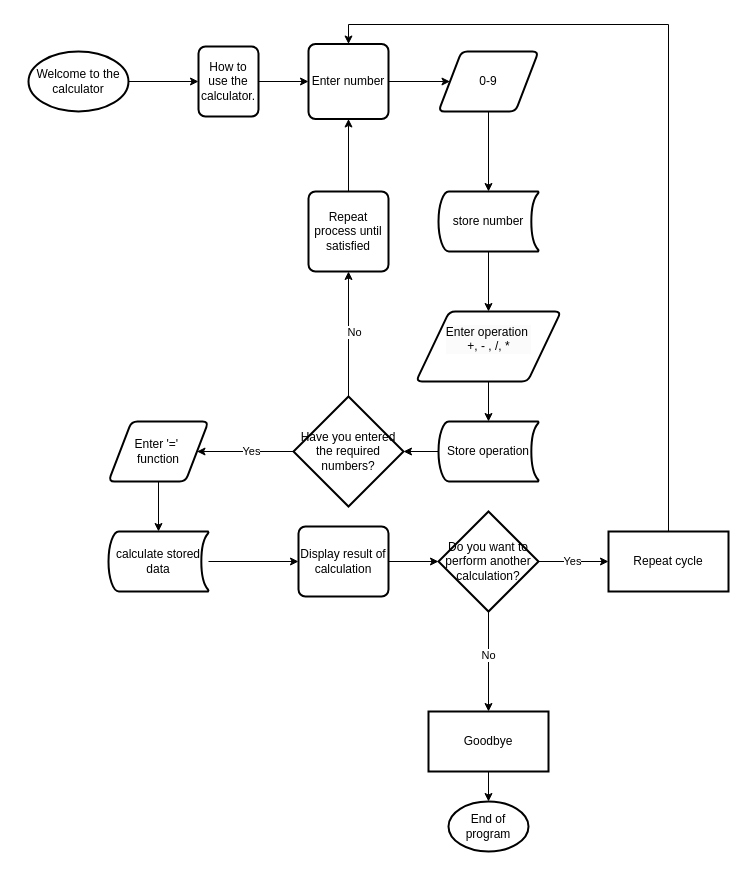
The draw.io diagram Calculator.drawio in 200041237/HelloWorld, before the edit. Source tidied: cells renumbered, new cells numbered last; positions are measured from the earlier drawing's top-left corner, leaving out a move shared by most shapes. Both pictures are drawn from the tidied source at 100%, with x=0, y=0 at pixel (28, 24).
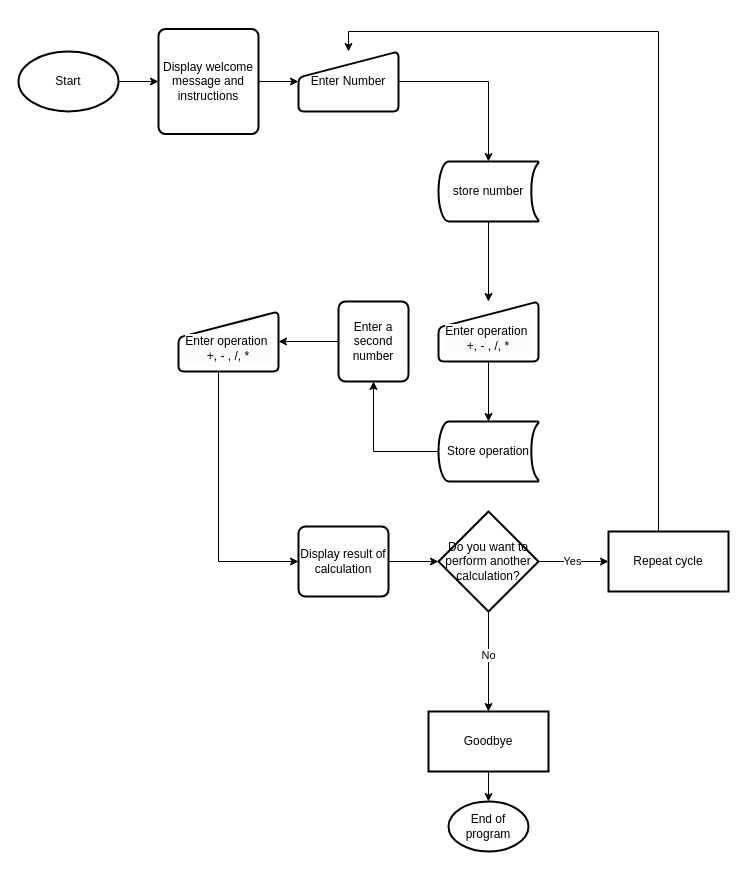
The same diagram, later.

Unchanged cells that the change refers to:
```xml
<mxCell id="11" value="Store operation" style="strokeWidth=2;html=1;shape=mxgraph.flowchart.stored_data;whiteSpace=wrap;" parent="1" vertex="1">
  <mxGeometry x="410" y="397" width="100" height="60" as="geometry" />
</mxCell>
<mxCell id="29" value="Display result of calculation" style="rounded=1;whiteSpace=wrap;html=1;absoluteArcSize=1;arcSize=14;strokeWidth=2;" parent="1" vertex="1">
  <mxGeometry x="270" y="502" width="90" height="70" as="geometry" />
</mxCell>
<mxCell id="38" value="Repeat cycle" style="whiteSpace=wrap;html=1;strokeWidth=2;" parent="1" vertex="1">
  <mxGeometry x="580" y="507" width="120" height="60" as="geometry" />
</mxCell>
```

What changed in the source:
```diff
@@
-    <mxCell id="2" style="edgeStyle=orthogonalEdgeStyle;rounded=0;jettySize=auto;html=1;" parent="1" edge="1" source="3" target="7">
-      <mxGeometry relative="1" as="geometry" />
-    </mxCell>
+    <mxCell id="40" style="edgeStyle=orthogonalEdgeStyle;rounded=0;jettySize=auto;html=1;" parent="1" edge="1" source="3" target="44">
+      <mxGeometry relative="1" as="geometry" />
+    </mxCell>
-    <mxCell id="3" value="How to use the calculator." style="rounded=1;whiteSpace=wrap;html=1;absoluteArcSize=1;arcSize=14;strokeWidth=2;" parent="1" vertex="1">
-      <mxGeometry x="170" y="22" width="60" height="70" as="geometry" />
+    <mxCell id="3" value="Display welcome message and instructions" style="rounded=1;whiteSpace=wrap;html=1;absoluteArcSize=1;arcSize=14;strokeWidth=2;" parent="1" vertex="1">
+      <mxGeometry x="130" y="4.5" width="100" height="105" as="geometry" />
     </mxCell>
@@
-    <mxCell id="5" value="Welcome to the calculator" style="strokeWidth=2;html=1;shape=mxgraph.flowchart.start_1;whiteSpace=wrap;" parent="1" vertex="1">
-      <mxGeometry y="27" width="100" height="60" as="geometry" />
+    <mxCell id="5" value="Start" style="strokeWidth=2;html=1;shape=mxgraph.flowchart.start_1;whiteSpace=wrap;" parent="1" vertex="1">
+      <mxGeometry x="-10" y="27" width="100" height="60" as="geometry" />
     </mxCell>
-    <mxCell id="6" style="edgeStyle=orthogonalEdgeStyle;rounded=0;jettySize=auto;html=1;entryX=0;entryY=0.5;entryDx=0;entryDy=0;" parent="1" edge="1" source="7" target="21">
-      <mxGeometry relative="1" as="geometry" />
-    </mxCell>
-    <mxCell id="7" value="Enter number" style="rounded=1;whiteSpace=wrap;html=1;absoluteArcSize=1;arcSize=14;strokeWidth=2;" parent="1" vertex="1">
-      <mxGeometry x="280" y="19.5" width="80" height="75" as="geometry" />
-    </mxCell>
-    <mxCell id="8" style="edgeStyle=orthogonalEdgeStyle;rounded=0;jettySize=auto;html=1;" parent="1" edge="1" source="9" target="23">
-      <mxGeometry relative="1" as="geometry" />
-    </mxCell>
+    <mxCell id="41" style="edgeStyle=orthogonalEdgeStyle;rounded=0;jettySize=auto;html=1;" parent="1" edge="1" source="9" target="47">
+      <mxGeometry relative="1" as="geometry" />
+    </mxCell>
     <mxCell id="9" value="store number" style="strokeWidth=2;html=1;shape=mxgraph.flowchart.stored_data;whiteSpace=wrap;" parent="1" vertex="1">
-      <mxGeometry x="410" y="167" width="100" height="60" as="geometry" />
+      <mxGeometry x="410" y="137" width="100" height="60" as="geometry" />
     </mxCell>
-    <mxCell id="10" style="edgeStyle=orthogonalEdgeStyle;rounded=0;jettySize=auto;html=1;" parent="1" edge="1" source="11" target="17">
-      <mxGeometry relative="1" as="geometry" />
-    </mxCell>
+    <mxCell id="42" style="edgeStyle=orthogonalEdgeStyle;rounded=0;jettySize=auto;html=1;entryX=0.5;entryY=1;entryDx=0;entryDy=0;" parent="1" edge="1" source="11" target="49">
+      <mxGeometry relative="1" as="geometry" />
+    </mxCell>
@@
-    <mxCell id="13" style="edgeStyle=orthogonalEdgeStyle;rounded=0;jettySize=auto;html=1;entryX=0.5;entryY=1;entryDx=0;entryDy=0;" parent="1" edge="1" source="17" target="19">
-      <mxGeometry relative="1" as="geometry" />
-    </mxCell>
-    <mxCell id="14" value="No" style="edgeLabel;html=1;align=center;verticalAlign=middle;" parent="13" vertex="1">
-      <mxGeometry x="0.04" y="-5" relative="1" as="geometry" />
-    </mxCell>
-    <mxCell id="15" style="edgeStyle=orthogonalEdgeStyle;rounded=0;jettySize=auto;html=1;entryX=1;entryY=0.5;entryDx=0;entryDy=0;" parent="1" edge="1" source="17" target="25">
-      <mxGeometry relative="1" as="geometry" />
-    </mxCell>
-    <mxCell id="16" value="Yes" style="edgeLabel;html=1;align=center;verticalAlign=middle;" parent="15" vertex="1">
-      <mxGeometry x="-0.1" y="-1" relative="1" as="geometry" />
-    </mxCell>
-    <mxCell id="17" value="Have you entered the required numbers?" style="strokeWidth=2;html=1;shape=mxgraph.flowchart.decision;whiteSpace=wrap;" parent="1" vertex="1">
-      <mxGeometry x="265" y="372" width="110" height="110" as="geometry" />
-    </mxCell>
-    <mxCell id="18" style="edgeStyle=orthogonalEdgeStyle;rounded=0;jettySize=auto;html=1;entryX=0.5;entryY=1;entryDx=0;entryDy=0;" parent="1" edge="1" source="19" target="7">
-      <mxGeometry relative="1" as="geometry" />
-    </mxCell>
-    <mxCell id="19" value="Repeat process until satisfied" style="rounded=1;whiteSpace=wrap;html=1;absoluteArcSize=1;arcSize=14;strokeWidth=2;" parent="1" vertex="1">
-      <mxGeometry x="280" y="167" width="80" height="80" as="geometry" />
-    </mxCell>
-    <mxCell id="20" style="edgeStyle=orthogonalEdgeStyle;rounded=0;jettySize=auto;html=1;" parent="1" edge="1" source="21" target="9">
-      <mxGeometry relative="1" as="geometry" />
-    </mxCell>
-    <mxCell id="21" value="0-9" style="shape=parallelogram;html=1;strokeWidth=2;perimeter=parallelogramPerimeter;whiteSpace=wrap;rounded=1;arcSize=12;size=0.23;" parent="1" vertex="1">
-      <mxGeometry x="410" y="27" width="100" height="60" as="geometry" />
-    </mxCell>
-    <mxCell id="22" style="edgeStyle=orthogonalEdgeStyle;rounded=0;jettySize=auto;html=1;" parent="1" edge="1" source="23" target="11">
-      <mxGeometry relative="1" as="geometry" />
-    </mxCell>
-    <mxCell id="23" value="&#10;&lt;span style=&quot;color: rgb(0, 0, 0); font-family: Helvetica; font-size: 12px; font-style: normal; font-variant-ligatures: normal; font-variant-caps: normal; font-weight: 400; letter-spacing: normal; orphans: 2; text-align: center; text-indent: 0px; text-transform: none; widows: 2; word-spacing: 0px; -webkit-text-stroke-width: 0px; white-space: normal; background-color: rgb(251, 251, 251); text-decoration-thickness: initial; text-decoration-style: initial; text-decoration-color: initial; display: inline !important; float: none;&quot;&gt;Enter operation&amp;nbsp;&lt;/span&gt;&lt;div style=&quot;forced-color-adjust: none; color: rgb(0, 0, 0); font-family: Helvetica; font-size: 12px; font-style: normal; font-variant-ligatures: normal; font-variant-caps: normal; font-weight: 400; letter-spacing: normal; orphans: 2; text-align: center; text-indent: 0px; text-transform: none; widows: 2; word-spacing: 0px; -webkit-text-stroke-width: 0px; white-space: normal; background-color: rgb(251, 251, 251); text-decoration-thickness: initial; text-decoration-style: initial; text-decoration-color: initial;&quot;&gt;+, - , /, *&lt;/div&gt;&#10;&#10;" style="shape=parallelogram;html=1;strokeWidth=2;perimeter=parallelogramPerimeter;whiteSpace=wrap;rounded=1;arcSize=12;size=0.23;" parent="1" vertex="1">
-      <mxGeometry x="387.5" y="287" width="145" height="70" as="geometry" />
-    </mxCell>
-    <mxCell id="24" style="edgeStyle=orthogonalEdgeStyle;rounded=0;jettySize=auto;html=1;" parent="1" edge="1" source="25" target="27">
-      <mxGeometry relative="1" as="geometry" />
-    </mxCell>
-    <mxCell id="25" value="Enter '='&amp;nbsp;&lt;div&gt;function&lt;/div&gt;" style="shape=parallelogram;html=1;strokeWidth=2;perimeter=parallelogramPerimeter;whiteSpace=wrap;rounded=1;arcSize=12;size=0.23;" parent="1" vertex="1">
-      <mxGeometry x="80" y="397" width="100" height="60" as="geometry" />
-    </mxCell>
-    <mxCell id="26" style="edgeStyle=orthogonalEdgeStyle;rounded=0;jettySize=auto;html=1;" parent="1" edge="1" source="27" target="29">
-      <mxGeometry relative="1" as="geometry" />
-    </mxCell>
-    <mxCell id="27" value="calculate stored data" style="strokeWidth=2;html=1;shape=mxgraph.flowchart.stored_data;whiteSpace=wrap;" parent="1" vertex="1">
-      <mxGeometry x="80" y="507" width="100" height="60" as="geometry" />
-    </mxCell>
@@
-    <mxCell id="37" style="edgeStyle=orthogonalEdgeStyle;rounded=0;jettySize=auto;html=1;entryX=0.5;entryY=0;entryDx=0;entryDy=0;" parent="1" edge="1" source="38" target="7">
-      <mxGeometry relative="1" as="geometry">
-        <Array as="points">
-          <mxPoint x="640" />
-          <mxPoint x="320" />
-        </Array>
-      </mxGeometry>
-    </mxCell>
+    <mxCell id="43" style="edgeStyle=orthogonalEdgeStyle;rounded=0;jettySize=auto;html=1;entryX=0.5;entryY=0;entryDx=0;entryDy=0;" parent="1" edge="1" source="38" target="44">
+      <mxGeometry relative="1" as="geometry">
+        <Array as="points">
+          <mxPoint x="630" y="7" />
+          <mxPoint x="320" y="7" />
+        </Array>
+      </mxGeometry>
+    </mxCell>
@@
+    <mxCell id="44" value="Enter Number" style="html=1;strokeWidth=2;shape=manualInput;whiteSpace=wrap;rounded=1;size=26;arcSize=11;" parent="1" vertex="1">
+      <mxGeometry x="270" y="27" width="100" height="60" as="geometry" />
+    </mxCell>
+    <mxCell id="45" style="edgeStyle=orthogonalEdgeStyle;rounded=0;jettySize=auto;html=1;entryX=0.5;entryY=0;entryDx=0;entryDy=0;entryPerimeter=0;" parent="1" edge="1" source="44" target="9">
+      <mxGeometry relative="1" as="geometry" />
+    </mxCell>
+    <mxCell id="46" style="edgeStyle=orthogonalEdgeStyle;rounded=0;jettySize=auto;html=1;" parent="1" edge="1" source="47" target="11">
+      <mxGeometry relative="1" as="geometry" />
+    </mxCell>
+    <mxCell id="47" value="&lt;div&gt;&lt;br&gt;&lt;/div&gt;&lt;div&gt;&lt;br&gt;&lt;/div&gt;&lt;div&gt;&lt;br&gt;&lt;/div&gt;&lt;span style=&quot;forced-color-adjust: none; color: rgb(0, 0, 0); font-family: Helvetica; font-size: 12px; font-style: normal; font-variant-ligatures: normal; font-variant-caps: normal; font-weight: 400; letter-spacing: normal; orphans: 2; text-align: center; text-indent: 0px; text-transform: none; widows: 2; word-spacing: 0px; -webkit-text-stroke-width: 0px; white-space: normal; text-decoration-thickness: initial; text-decoration-style: initial; text-decoration-color: initial; background-color: rgb(251, 251, 251); float: none; display: inline !important;&quot;&gt;Enter operation&amp;nbsp;&lt;/span&gt;&lt;div style=&quot;forced-color-adjust: none; color: rgb(0, 0, 0); font-family: Helvetica; font-size: 12px; font-style: normal; font-variant-ligatures: normal; font-variant-caps: normal; font-weight: 400; letter-spacing: normal; orphans: 2; text-align: center; text-indent: 0px; text-transform: none; widows: 2; word-spacing: 0px; -webkit-text-stroke-width: 0px; white-space: normal; text-decoration-thickness: initial; text-decoration-style: initial; text-decoration-color: initial; background-color: rgb(251, 251, 251);&quot;&gt;+, - , /, *&lt;/div&gt;&lt;br style=&quot;forced-color-adjust: none; color: rgb(0, 0, 0); font-family: Helvetica; font-size: 12px; font-style: normal; font-variant-ligatures: normal; font-variant-caps: normal; font-weight: 400; letter-spacing: normal; orphans: 2; text-align: center; text-indent: 0px; text-transform: none; widows: 2; word-spacing: 0px; -webkit-text-stroke-width: 0px; white-space: normal; background-color: rgb(251, 251, 251); text-decoration-thickness: initial; text-decoration-style: initial; text-decoration-color: initial;&quot;&gt;&lt;div&gt;&lt;br&gt;&lt;/div&gt;" style="html=1;strokeWidth=2;shape=manualInput;whiteSpace=wrap;rounded=1;size=26;arcSize=11;" parent="1" vertex="1">
+      <mxGeometry x="410" y="277" width="100" height="60" as="geometry" />
+    </mxCell>
+    <mxCell id="48" style="edgeStyle=orthogonalEdgeStyle;rounded=0;jettySize=auto;html=1;" parent="1" edge="1" source="49" target="51">
+      <mxGeometry relative="1" as="geometry" />
+    </mxCell>
+    <mxCell id="49" value="Enter a second number" style="rounded=1;whiteSpace=wrap;html=1;absoluteArcSize=1;arcSize=14;strokeWidth=2;" parent="1" vertex="1">
+      <mxGeometry x="310" y="277" width="70" height="80" as="geometry" />
+    </mxCell>
+    <mxCell id="50" style="edgeStyle=orthogonalEdgeStyle;rounded=0;jettySize=auto;html=1;entryX=0;entryY=0.5;entryDx=0;entryDy=0;" parent="1" edge="1" source="51" target="29">
+      <mxGeometry relative="1" as="geometry">
+        <Array as="points">
+          <mxPoint x="190" y="537" />
+        </Array>
+      </mxGeometry>
+    </mxCell>
+    <mxCell id="51" value="&lt;div&gt;&lt;br&gt;&lt;/div&gt;&lt;div&gt;&lt;br&gt;&lt;/div&gt;&lt;div&gt;&lt;br&gt;&lt;/div&gt;&lt;span style=&quot;forced-color-adjust: none; color: rgb(0, 0, 0); font-family: Helvetica; font-size: 12px; font-style: normal; font-variant-ligatures: normal; font-variant-caps: normal; font-weight: 400; letter-spacing: normal; orphans: 2; text-align: center; text-indent: 0px; text-transform: none; widows: 2; word-spacing: 0px; -webkit-text-stroke-width: 0px; white-space: normal; text-decoration-thickness: initial; text-decoration-style: initial; text-decoration-color: initial; background-color: rgb(251, 251, 251); float: none; display: inline !important;&quot;&gt;Enter operation&amp;nbsp;&lt;/span&gt;&lt;div style=&quot;forced-color-adjust: none; color: rgb(0, 0, 0); font-family: Helvetica; font-size: 12px; font-style: normal; font-variant-ligatures: normal; font-variant-caps: normal; font-weight: 400; letter-spacing: normal; orphans: 2; text-align: center; text-indent: 0px; text-transform: none; widows: 2; word-spacing: 0px; -webkit-text-stroke-width: 0px; white-space: normal; text-decoration-thickness: initial; text-decoration-style: initial; text-decoration-color: initial; background-color: rgb(251, 251, 251);&quot;&gt;+, - , /, *&lt;/div&gt;&lt;br style=&quot;forced-color-adjust: none; color: rgb(0, 0, 0); font-family: Helvetica; font-size: 12px; font-style: normal; font-variant-ligatures: normal; font-variant-caps: normal; font-weight: 400; letter-spacing: normal; orphans: 2; text-align: center; text-indent: 0px; text-transform: none; widows: 2; word-spacing: 0px; -webkit-text-stroke-width: 0px; white-space: normal; background-color: rgb(251, 251, 251); text-decoration-thickness: initial; text-decoration-style: initial; text-decoration-color: initial;&quot;&gt;&lt;div&gt;&lt;br&gt;&lt;/div&gt;" style="html=1;strokeWidth=2;shape=manualInput;whiteSpace=wrap;rounded=1;size=26;arcSize=11;" parent="1" vertex="1">
+      <mxGeometry x="150" y="287" width="100" height="60" as="geometry" />
+    </mxCell>
```
